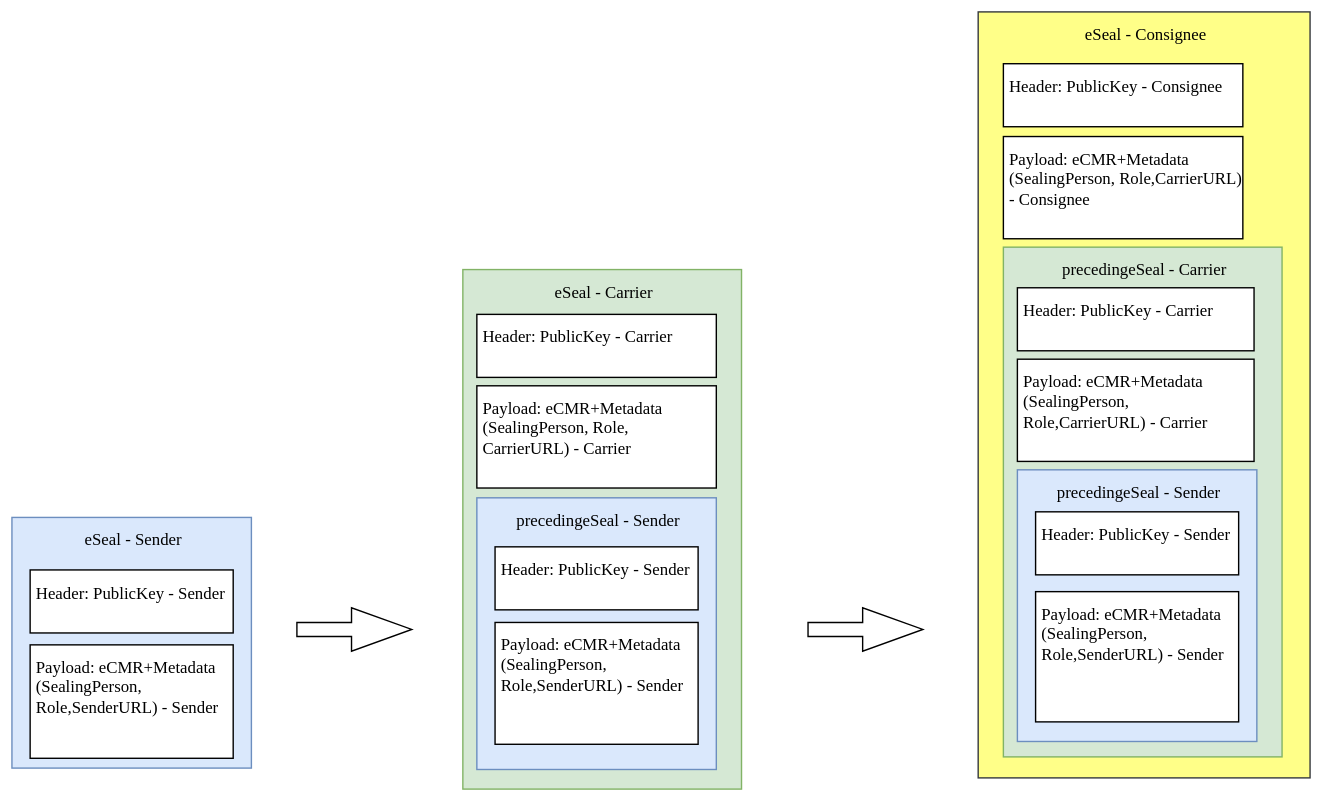
Earlier version of the draw.io export documentation/images/eseal_chain_of_seals.svg (CargoTrackSolutions/ecmr-backend). Source tidied: cells renumbered, new cells last; positions are measured from the earlier drawing's top-left corner, leaving out a move shared by most shapes.
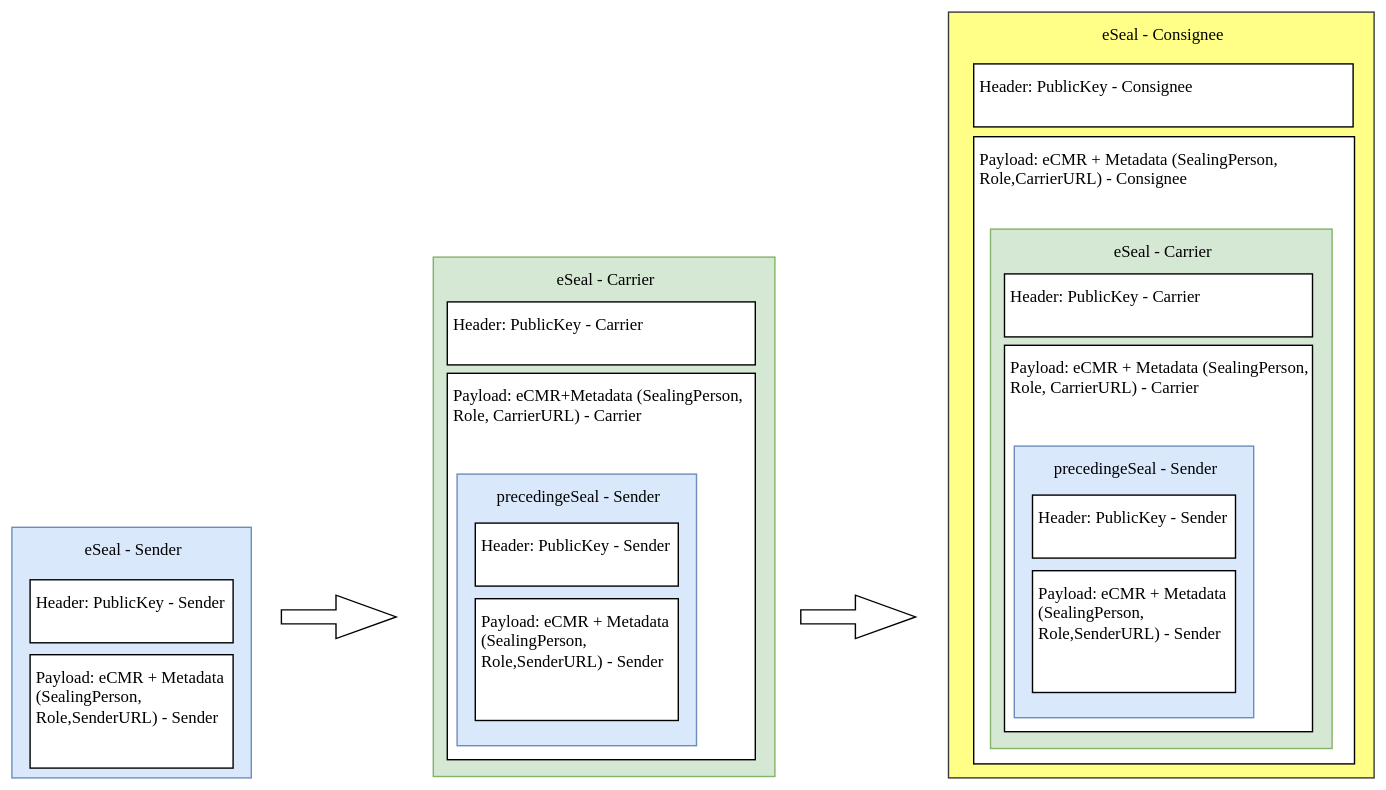
Later version of the same file.

Commit message:
Add a new svg of the eseal chain of seals

* to reflect the latest concepts
* to make the eseal payload structure more clear

The edit, as a diff of the source:
```diff
@@ -3,70 +3,85 @@
     <mxCell id="0" />
     <mxCell id="1" parent="0" />
     <mxCell id="2" value="eSeal - Consignee" style="rounded=0;whiteSpace=wrap;html=1;fontFamily=Lucida Console;align=center;verticalAlign=top;fillColor=#ffff88;strokeColor=#36393d;fontSize=12;spacingTop=2;spacingLeft=2;" parent="1" vertex="1">
-      <mxGeometry x="690" width="237" height="547" as="geometry" />
+      <mxGeometry x="690" width="304" height="547" as="geometry" />
     </mxCell>
+    <mxCell id="9" style="shape=flexArrow;endArrow=classic;html=1;rounded=0;fontFamily=Lucida Console;fontSize=12;startSize=14;endSize=14;sourcePerimeterSpacing=8;targetPerimeterSpacing=8;curved=1;align=center;spacingTop=2;spacingLeft=2;" parent="1" edge="1">
+      <mxGeometry relative="1" as="geometry">
+        <mxPoint x="213" y="432" as="sourcePoint" />
+        <mxPoint x="296" y="432" as="targetPoint" />
+      </mxGeometry>
+    </mxCell>
+    <mxCell id="10" style="shape=flexArrow;endArrow=classic;html=1;rounded=0;fontFamily=Lucida Console;fontSize=12;startSize=14;endSize=14;sourcePerimeterSpacing=8;targetPerimeterSpacing=8;curved=1;align=center;spacingTop=2;spacingLeft=2;" parent="1" edge="1">
+      <mxGeometry relative="1" as="geometry">
+        <mxPoint x="584" y="432" as="sourcePoint" />
+        <mxPoint x="667" y="432" as="targetPoint" />
+      </mxGeometry>
+    </mxCell>
+    <mxCell id="16" value="Header: PublicKey - Consignee" style="rounded=0;whiteSpace=wrap;html=1;fontFamily=Lucida Console;align=left;verticalAlign=top;fontSize=12;spacingTop=2;spacingLeft=2;" parent="1" vertex="1">
+      <mxGeometry x="708" y="37" width="271" height="45" as="geometry" />
+    </mxCell>
+    <mxCell id="21" value="Payload: eCMR + Metadata (SealingPerson, Role,CarrierURL) - Consignee" style="rounded=0;whiteSpace=wrap;html=1;fontFamily=Lucida Console;align=left;verticalAlign=top;fontSize=12;spacingTop=2;spacingLeft=2;" parent="1" vertex="1">
+      <mxGeometry x="708" y="89" width="272" height="448" as="geometry" />
+    </mxCell>
+    <mxCell id="22" style="group;" parent="1" vertex="1">
+      <mxGeometry x="322" y="175" width="244" height="371" as="geometry" />
+    </mxCell>
+    <mxCell id="5" value="&lt;font&gt;eSeal - Carrier&lt;/font&gt;" style="rounded=0;whiteSpace=wrap;html=1;fontFamily=Lucida Console;verticalAlign=top;align=center;fillColor=#d5e8d4;strokeColor=#82b366;fontSize=12;spacingTop=2;spacingLeft=2;" parent="22" vertex="1">
+      <mxGeometry width="244" height="371" as="geometry" />
+    </mxCell>
+    <mxCell id="13" value="Header: PublicKey - Carrier" style="rounded=0;whiteSpace=wrap;html=1;fontFamily=Lucida Console;align=left;verticalAlign=top;fontSize=12;spacingTop=2;spacingLeft=2;" parent="22" vertex="1">
+      <mxGeometry x="10" y="32" width="220" height="45" as="geometry" />
+    </mxCell>
+    <mxCell id="19" value="Payload: eCMR+Metadata (SealingPerson, Role, CarrierURL) - Carrier" style="rounded=0;whiteSpace=wrap;html=1;fontFamily=Lucida Console;align=left;verticalAlign=top;fontSize=12;spacingTop=2;spacingLeft=2;" parent="22" vertex="1">
+      <mxGeometry x="10" y="83" width="220" height="276" as="geometry" />
+    </mxCell>
+    <mxCell id="23" style="group;" parent="22" vertex="1">
+      <mxGeometry x="17" y="155" width="171" height="194" as="geometry" />
+    </mxCell>
+    <mxCell id="6" value="&lt;font&gt;precedingeSeal - Sender&lt;/font&gt;" style="rounded=0;whiteSpace=wrap;html=1;fontFamily=Lucida Console;verticalAlign=top;align=center;fillColor=#dae8fc;strokeColor=#6c8ebf;fontSize=12;spacingTop=2;spacingLeft=2;" parent="23" vertex="1">
+      <mxGeometry width="171" height="194" as="geometry" />
+    </mxCell>
+    <mxCell id="12" value="Header: PublicKey - Sender" style="rounded=0;whiteSpace=wrap;html=1;fontFamily=Lucida Console;align=left;verticalAlign=top;fontSize=12;spacingTop=2;spacingLeft=2;" parent="23" vertex="1">
+      <mxGeometry x="13" y="35" width="145" height="45" as="geometry" />
+    </mxCell>
+    <mxCell id="17" value="Payload: eCMR + Metadata (SealingPerson, Role,SenderURL) - Sender" style="rounded=0;whiteSpace=wrap;html=1;fontFamily=Lucida Console;align=left;verticalAlign=top;fontSize=12;spacingTop=2;spacingLeft=2;" parent="23" vertex="1">
+      <mxGeometry x="13" y="89" width="145" height="87" as="geometry" />
+    </mxCell>
+    <mxCell id="24" style="group;" parent="1" vertex="1">
+      <mxGeometry x="21" y="368" width="171" height="179" as="geometry" />
+    </mxCell>
-    <mxCell id="3" value="&lt;font&gt;eSeal - Sender&lt;/font&gt;" style="rounded=0;whiteSpace=wrap;html=1;fontFamily=Lucida Console;verticalAlign=top;align=center;fillColor=#dae8fc;strokeColor=#6c8ebf;fontSize=12;spacingTop=2;spacingLeft=2;" parent="1" vertex="1">
-      <mxGeometry y="361" width="171" height="179" as="geometry" />
+    <mxCell id="3" value="&lt;font&gt;eSeal - Sender&lt;/font&gt;" style="rounded=0;whiteSpace=wrap;html=1;fontFamily=Lucida Console;verticalAlign=top;align=center;fillColor=#dae8fc;strokeColor=#6c8ebf;fontSize=12;spacingTop=2;spacingLeft=2;" parent="24" vertex="1">
+      <mxGeometry width="171" height="179" as="geometry" />
     </mxCell>
-    <mxCell id="4" value="Payload: eCMR+Metadata (SealingPerson, Role,SenderURL) - Sender" style="rounded=0;whiteSpace=wrap;html=1;fontFamily=Lucida Console;align=left;verticalAlign=top;fontSize=12;spacingTop=2;spacingLeft=2;" parent="1" vertex="1">
-      <mxGeometry x="13" y="452" width="145" height="81" as="geometry" />
+    <mxCell id="4" value="Payload: eCMR + Metadata (SealingPerson, Role,SenderURL) - Sender" style="rounded=0;whiteSpace=wrap;html=1;fontFamily=Lucida Console;align=left;verticalAlign=top;fontSize=12;spacingTop=2;spacingLeft=2;" parent="24" vertex="1">
+      <mxGeometry x="13" y="91" width="145" height="81" as="geometry" />
     </mxCell>
-    <mxCell id="5" value="&lt;font&gt;eSeal - Carrier&lt;/font&gt;" style="rounded=0;whiteSpace=wrap;html=1;fontFamily=Lucida Console;verticalAlign=top;align=center;fillColor=#d5e8d4;strokeColor=#82b366;fontSize=12;spacingTop=2;spacingLeft=2;" parent="1" vertex="1">
-      <mxGeometry x="322" y="184" width="199" height="371" as="geometry" />
-    </mxCell>
-    <mxCell id="6" value="&lt;font&gt;precedingeSeal - Sender&lt;/font&gt;" style="rounded=0;whiteSpace=wrap;html=1;fontFamily=Lucida Console;verticalAlign=top;align=center;fillColor=#dae8fc;strokeColor=#6c8ebf;fontSize=12;spacingTop=2;spacingLeft=2;" parent="1" vertex="1">
-      <mxGeometry x="332" y="347" width="171" height="194" as="geometry" />
-    </mxCell>
-    <mxCell id="7" value="&lt;font&gt;precedingeSeal&amp;nbsp;- Carrier&lt;/font&gt;" style="rounded=0;whiteSpace=wrap;html=1;fontFamily=Lucida Console;verticalAlign=top;align=center;fillColor=#d5e8d4;strokeColor=#82b366;fontSize=12;spacingTop=2;spacingLeft=2;" parent="1" vertex="1">
-      <mxGeometry x="708" y="168" width="199" height="364" as="geometry" />
-    </mxCell>
+    <mxCell id="11" value="Header: PublicKey - Sender" style="rounded=0;whiteSpace=wrap;html=1;fontFamily=Lucida Console;align=left;verticalAlign=top;fontSize=12;spacingTop=2;spacingLeft=2;" parent="24" vertex="1">
+      <mxGeometry x="13" y="37.5" width="145" height="45" as="geometry" />
+    </mxCell>
+    <mxCell id="25" style="group;" parent="1" vertex="1">
+      <mxGeometry x="720" y="155" width="244" height="371" as="geometry" />
+    </mxCell>
+    <mxCell id="26" value="&lt;font&gt;eSeal - Carrier&lt;/font&gt;" style="rounded=0;whiteSpace=wrap;html=1;fontFamily=Lucida Console;verticalAlign=top;align=center;fillColor=#d5e8d4;strokeColor=#82b366;fontSize=12;spacingTop=2;spacingLeft=2;" parent="25" vertex="1">
+      <mxGeometry width="244" height="371" as="geometry" />
+    </mxCell>
+    <mxCell id="15" value="Header: PublicKey - Carrier" style="rounded=0;whiteSpace=wrap;html=1;fontFamily=Lucida Console;align=left;verticalAlign=top;fontSize=12;spacingTop=2;spacingLeft=2;" parent="25" vertex="1">
+      <mxGeometry x="10" y="32" width="220" height="45" as="geometry" />
+    </mxCell>
+    <mxCell id="27" value="Payload: eCMR + Metadata (SealingPerson, Role, CarrierURL) - Carrier" style="rounded=0;whiteSpace=wrap;html=1;fontFamily=Lucida Console;align=left;verticalAlign=top;fontSize=12;spacingTop=2;spacingLeft=2;" parent="25" vertex="1">
+      <mxGeometry x="10" y="83" width="220" height="276" as="geometry" />
+    </mxCell>
+    <mxCell id="28" style="group;" parent="25" vertex="1">
+      <mxGeometry x="17" y="155" width="171" height="194" as="geometry" />
+    </mxCell>
-    <mxCell id="8" value="&lt;font&gt;precedingeSeal&amp;nbsp;- Sender&lt;/font&gt;" style="rounded=0;whiteSpace=wrap;html=1;fontFamily=Lucida Console;verticalAlign=top;align=center;fillColor=#dae8fc;strokeColor=#6c8ebf;fontSize=12;spacingTop=2;spacingLeft=2;" parent="1" vertex="1">
-      <mxGeometry x="718" y="327" width="171" height="194" as="geometry" />
+    <mxCell id="8" value="&lt;font&gt;precedingeSeal - Sender&lt;/font&gt;" style="rounded=0;whiteSpace=wrap;html=1;fontFamily=Lucida Console;verticalAlign=top;align=center;fillColor=#dae8fc;strokeColor=#6c8ebf;fontSize=12;spacingTop=2;spacingLeft=2;" parent="28" vertex="1">
+      <mxGeometry width="171" height="194" as="geometry" />
     </mxCell>
-    <mxCell id="9" style="shape=flexArrow;endArrow=classic;html=1;rounded=0;fontFamily=Lucida Console;fontSize=12;startSize=14;endSize=14;sourcePerimeterSpacing=8;targetPerimeterSpacing=8;curved=1;align=center;spacingTop=2;spacingLeft=2;" parent="1" edge="1">
-      <mxGeometry relative="1" as="geometry">
-        <mxPoint x="203" y="441" as="sourcePoint" />
-        <mxPoint x="286" y="441" as="targetPoint" />
-      </mxGeometry>
-    </mxCell>
-    <mxCell id="10" style="shape=flexArrow;endArrow=classic;html=1;rounded=0;fontFamily=Lucida Console;fontSize=12;startSize=14;endSize=14;sourcePerimeterSpacing=8;targetPerimeterSpacing=8;curved=1;align=center;spacingTop=2;spacingLeft=2;" parent="1" edge="1">
-      <mxGeometry relative="1" as="geometry">
-        <mxPoint x="568" y="441" as="sourcePoint" />
-        <mxPoint x="651" y="441" as="targetPoint" />
-      </mxGeometry>
-    </mxCell>
-    <mxCell id="11" value="Header: PublicKey - Sender" style="rounded=0;whiteSpace=wrap;html=1;fontFamily=Lucida Console;align=left;verticalAlign=top;fontSize=12;spacingTop=2;spacingLeft=2;" parent="1" vertex="1">
-      <mxGeometry x="13" y="398.5" width="145" height="45" as="geometry" />
-    </mxCell>
-    <mxCell id="12" value="Header: PublicKey - Sender" style="rounded=0;whiteSpace=wrap;html=1;fontFamily=Lucida Console;align=left;verticalAlign=top;fontSize=12;spacingTop=2;spacingLeft=2;" parent="1" vertex="1">
-      <mxGeometry x="345" y="382" width="145" height="45" as="geometry" />
-    </mxCell>
-    <mxCell id="13" value="Header: PublicKey - Carrier" style="rounded=0;whiteSpace=wrap;html=1;fontFamily=Lucida Console;align=left;verticalAlign=top;fontSize=12;spacingTop=2;spacingLeft=2;" parent="1" vertex="1">
-      <mxGeometry x="332" y="216" width="171" height="45" as="geometry" />
-    </mxCell>
-    <mxCell id="14" value="Header: PublicKey - Sender" style="rounded=0;whiteSpace=wrap;html=1;fontFamily=Lucida Console;align=left;verticalAlign=top;fontSize=12;spacingTop=2;spacingLeft=2;" parent="1" vertex="1">
-      <mxGeometry x="731" y="357" width="145" height="45" as="geometry" />
+    <mxCell id="14" value="Header: PublicKey - Sender" style="rounded=0;whiteSpace=wrap;html=1;fontFamily=Lucida Console;align=left;verticalAlign=top;fontSize=12;spacingTop=2;spacingLeft=2;" parent="28" vertex="1">
+      <mxGeometry x="13" y="35" width="145" height="45" as="geometry" />
     </mxCell>
-    <mxCell id="15" value="Header: PublicKey - Carrier" style="rounded=0;whiteSpace=wrap;html=1;fontFamily=Lucida Console;align=left;verticalAlign=top;fontSize=12;spacingTop=2;spacingLeft=2;" parent="1" vertex="1">
-      <mxGeometry x="718" y="197" width="169" height="45" as="geometry" />
-    </mxCell>
-    <mxCell id="16" value="Header: PublicKey - Consignee" style="rounded=0;whiteSpace=wrap;html=1;fontFamily=Lucida Console;align=left;verticalAlign=top;fontSize=12;spacingTop=2;spacingLeft=2;" parent="1" vertex="1">
-      <mxGeometry x="708" y="37" width="171" height="45" as="geometry" />
-    </mxCell>
-    <mxCell id="17" value="Payload: eCMR+Metadata (SealingPerson, Role,SenderURL) - Sender" style="rounded=0;whiteSpace=wrap;html=1;fontFamily=Lucida Console;align=left;verticalAlign=top;fontSize=12;spacingTop=2;spacingLeft=2;" parent="1" vertex="1">
-      <mxGeometry x="345" y="436" width="145" height="87" as="geometry" />
-    </mxCell>
-    <mxCell id="18" value="Payload: eCMR+Metadata (SealingPerson, Role,SenderURL) - Sender" style="rounded=0;whiteSpace=wrap;html=1;fontFamily=Lucida Console;align=left;verticalAlign=top;fontSize=12;spacingTop=2;spacingLeft=2;" parent="1" vertex="1">
-      <mxGeometry x="731" y="414" width="145" height="93" as="geometry" />
-    </mxCell>
-    <mxCell id="19" value="Payload: eCMR+Metadata (SealingPerson, Role, CarrierURL) - Carrier" style="rounded=0;whiteSpace=wrap;html=1;fontFamily=Lucida Console;align=left;verticalAlign=top;fontSize=12;spacingTop=2;spacingLeft=2;" parent="1" vertex="1">
-      <mxGeometry x="332" y="267" width="171" height="73" as="geometry" />
-    </mxCell>
-    <mxCell id="20" value="Payload: eCMR+Metadata (SealingPerson, Role,CarrierURL) - Carrier" style="rounded=0;whiteSpace=wrap;html=1;fontFamily=Lucida Console;align=left;verticalAlign=top;fontSize=12;spacingTop=2;spacingLeft=2;" parent="1" vertex="1">
-      <mxGeometry x="718" y="248" width="169" height="73" as="geometry" />
-    </mxCell>
-    <mxCell id="21" value="Payload: eCMR+Metadata (SealingPerson, Role,CarrierURL) - Consignee" style="rounded=0;whiteSpace=wrap;html=1;fontFamily=Lucida Console;align=left;verticalAlign=top;fontSize=12;spacingTop=2;spacingLeft=2;" parent="1" vertex="1">
-      <mxGeometry x="708" y="89" width="171" height="73" as="geometry" />
-    </mxCell>
+    <mxCell id="29" value="Payload: eCMR + Metadata (SealingPerson, Role,SenderURL) - Sender" style="rounded=0;whiteSpace=wrap;html=1;fontFamily=Lucida Console;align=left;verticalAlign=top;fontSize=12;spacingTop=2;spacingLeft=2;" parent="28" vertex="1">
+      <mxGeometry x="13" y="89" width="145" height="87" as="geometry" />
+    </mxCell>
   </root>
 </mxGraphModel>
```
